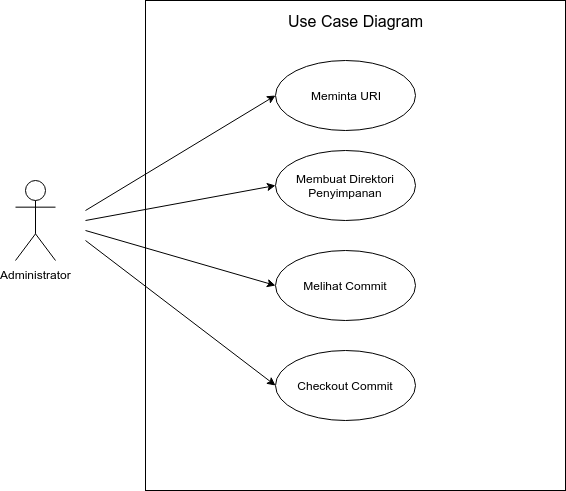
Before: Images/C-3/UC.png, a diagram exported from draw.io (farisdidin/buku-TA). Source tidied: cells renumbered, new cells last; positions are measured from the earlier drawing's top-left corner, leaving out a move shared by most shapes. The source it was exported from:
```xml
<mxGraphModel>
  <root>
    <mxCell id="0" />
    <mxCell id="1" parent="0" />
    <mxCell id="2" style="whiteSpace=wrap;html=1;" parent="1" vertex="1">
      <mxGeometry x="130" width="420" height="490" as="geometry" />
    </mxCell>
    <mxCell id="3" style="edgeStyle=none;rounded=0;jettySize=auto;html=1;entryX=0;entryY=0.5;entryDx=0;entryDy=0;" parent="1" edge="1" target="8">
      <mxGeometry relative="1" as="geometry">
        <mxPoint x="70" y="210" as="sourcePoint" />
      </mxGeometry>
    </mxCell>
    <mxCell id="4" style="edgeStyle=none;rounded=0;jettySize=auto;html=1;entryX=0;entryY=0.5;entryDx=0;entryDy=0;" parent="1" edge="1" target="9">
      <mxGeometry relative="1" as="geometry">
        <mxPoint x="70" y="220" as="sourcePoint" />
      </mxGeometry>
    </mxCell>
    <mxCell id="5" style="edgeStyle=none;rounded=0;jettySize=auto;html=1;entryX=0;entryY=0.5;entryDx=0;entryDy=0;" parent="1" edge="1" target="10">
      <mxGeometry relative="1" as="geometry">
        <mxPoint x="70" y="230" as="sourcePoint" />
      </mxGeometry>
    </mxCell>
    <mxCell id="6" style="edgeStyle=none;rounded=0;jettySize=auto;html=1;entryX=0;entryY=0.5;entryDx=0;entryDy=0;" parent="1" edge="1" target="11">
      <mxGeometry relative="1" as="geometry">
        <mxPoint x="70" y="240" as="sourcePoint" />
      </mxGeometry>
    </mxCell>
    <mxCell id="7" value="Administrator" style="shape=umlActor;verticalLabelPosition=bottom;labelBackgroundColor=#ffffff;verticalAlign=top;html=1;" parent="1" vertex="1">
      <mxGeometry y="180" width="40" height="80" as="geometry" />
    </mxCell>
    <mxCell id="8" value="Meminta URI" style="ellipse;whiteSpace=wrap;html=1;" parent="1" vertex="1">
      <mxGeometry x="260" y="60" width="140" height="70" as="geometry" />
    </mxCell>
    <mxCell id="9" value="Membuat Direktori Penyimpanan" style="ellipse;whiteSpace=wrap;html=1;" parent="1" vertex="1">
      <mxGeometry x="260" y="150" width="140" height="70" as="geometry" />
    </mxCell>
    <mxCell id="10" value="Melihat Commit" style="ellipse;whiteSpace=wrap;html=1;" parent="1" vertex="1">
      <mxGeometry x="260" y="250" width="140" height="70" as="geometry" />
    </mxCell>
    <mxCell id="11" value="Checkout Commit" style="ellipse;whiteSpace=wrap;html=1;" parent="1" vertex="1">
      <mxGeometry x="260" y="350" width="140" height="70" as="geometry" />
    </mxCell>
    <mxCell id="12" value="Use Case Diagram" style="text;html=1;align=center;verticalAlign=middle;fillColor=none;strokeColor=none;rounded=0;fontSize=16;" parent="1" vertex="1">
      <mxGeometry x="280" y="10" width="120" height="20" as="geometry" />
    </mxCell>
  </root>
</mxGraphModel>
```
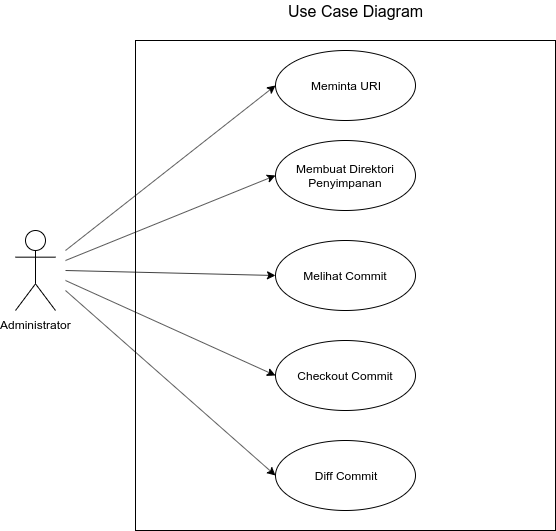
Above is the later version.

What changed in the source:
```diff
@@ -3,30 +3,30 @@
     <mxCell id="0" />
     <mxCell id="1" parent="0" />
     <mxCell id="2" style="whiteSpace=wrap;html=1;" parent="1" vertex="1">
-      <mxGeometry x="130" width="420" height="490" as="geometry" />
+      <mxGeometry x="120" y="50" width="420" height="490" as="geometry" />
     </mxCell>
     <mxCell id="3" style="edgeStyle=none;rounded=0;jettySize=auto;html=1;entryX=0;entryY=0.5;entryDx=0;entryDy=0;" parent="1" edge="1" target="8">
       <mxGeometry relative="1" as="geometry">
-        <mxPoint x="70" y="210" as="sourcePoint" />
+        <mxPoint x="50" y="260" as="sourcePoint" />
       </mxGeometry>
     </mxCell>
     <mxCell id="4" style="edgeStyle=none;rounded=0;jettySize=auto;html=1;entryX=0;entryY=0.5;entryDx=0;entryDy=0;" parent="1" edge="1" target="9">
       <mxGeometry relative="1" as="geometry">
-        <mxPoint x="70" y="220" as="sourcePoint" />
+        <mxPoint x="50" y="270" as="sourcePoint" />
       </mxGeometry>
     </mxCell>
     <mxCell id="5" style="edgeStyle=none;rounded=0;jettySize=auto;html=1;entryX=0;entryY=0.5;entryDx=0;entryDy=0;" parent="1" edge="1" target="10">
       <mxGeometry relative="1" as="geometry">
-        <mxPoint x="70" y="230" as="sourcePoint" />
+        <mxPoint x="50" y="280" as="sourcePoint" />
       </mxGeometry>
     </mxCell>
     <mxCell id="6" style="edgeStyle=none;rounded=0;jettySize=auto;html=1;entryX=0;entryY=0.5;entryDx=0;entryDy=0;" parent="1" edge="1" target="11">
       <mxGeometry relative="1" as="geometry">
-        <mxPoint x="70" y="240" as="sourcePoint" />
+        <mxPoint x="50" y="290" as="sourcePoint" />
       </mxGeometry>
     </mxCell>
     <mxCell id="7" value="Administrator" style="shape=umlActor;verticalLabelPosition=bottom;labelBackgroundColor=#ffffff;verticalAlign=top;html=1;" parent="1" vertex="1">
-      <mxGeometry y="180" width="40" height="80" as="geometry" />
+      <mxGeometry y="240" width="40" height="80" as="geometry" />
     </mxCell>
     <mxCell id="8" value="Meminta URI" style="ellipse;whiteSpace=wrap;html=1;" parent="1" vertex="1">
       <mxGeometry x="260" y="60" width="140" height="70" as="geometry" />
@@ -43,5 +43,14 @@
     <mxCell id="12" value="Use Case Diagram" style="text;html=1;align=center;verticalAlign=middle;fillColor=none;strokeColor=none;rounded=0;fontSize=16;" parent="1" vertex="1">
       <mxGeometry x="280" y="10" width="120" height="20" as="geometry" />
     </mxCell>
+    <mxCell id="13" value="Diff Commit" style="ellipse;whiteSpace=wrap;html=1;" parent="1" vertex="1">
+      <mxGeometry x="260" y="450" width="140" height="70" as="geometry" />
+    </mxCell>
+    <mxCell id="14" style="edgeStyle=none;rounded=0;orthogonalLoop=1;jettySize=auto;html=1;entryX=0;entryY=0.5;entryDx=0;entryDy=0;" parent="1" edge="1">
+      <mxGeometry relative="1" as="geometry">
+        <mxPoint x="50" y="300" as="sourcePoint" />
+        <mxPoint x="260" y="485" as="targetPoint" />
+      </mxGeometry>
+    </mxCell>
   </root>
 </mxGraphModel>
```
